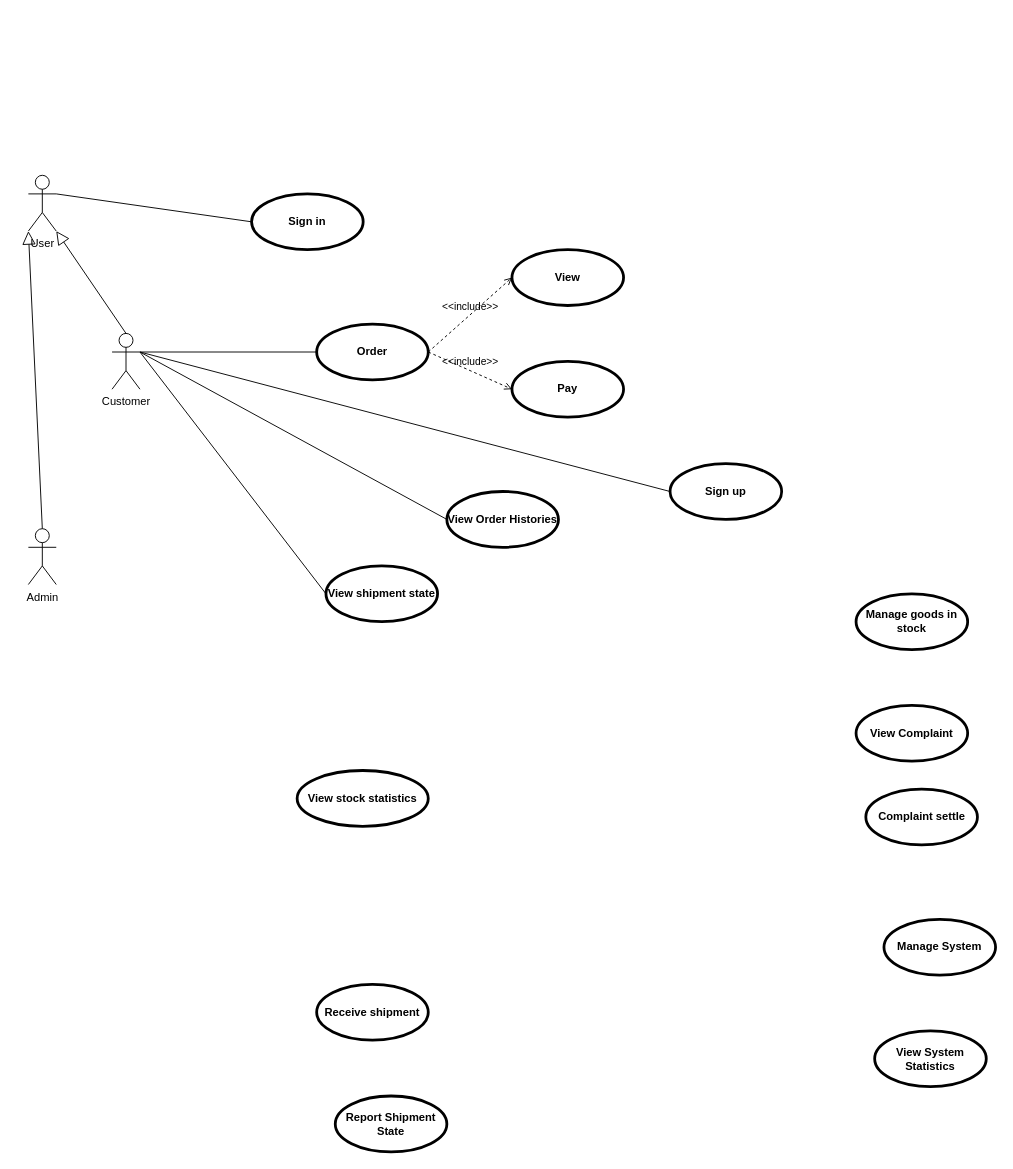
giakhangnguyenlam/WebsiteTangQua keeps this draw.io diagram as System_Design/UseCase/UseCase.drawio. Above is the earlier version. Source tidied: cells renumbered, new cells numbered last; positions are measured from the earlier drawing's top-left corner, leaving out a move shared by most shapes. Both pictures are drawn from the tidied source at 93%, with x=0, y=0 at pixel (28, 175).
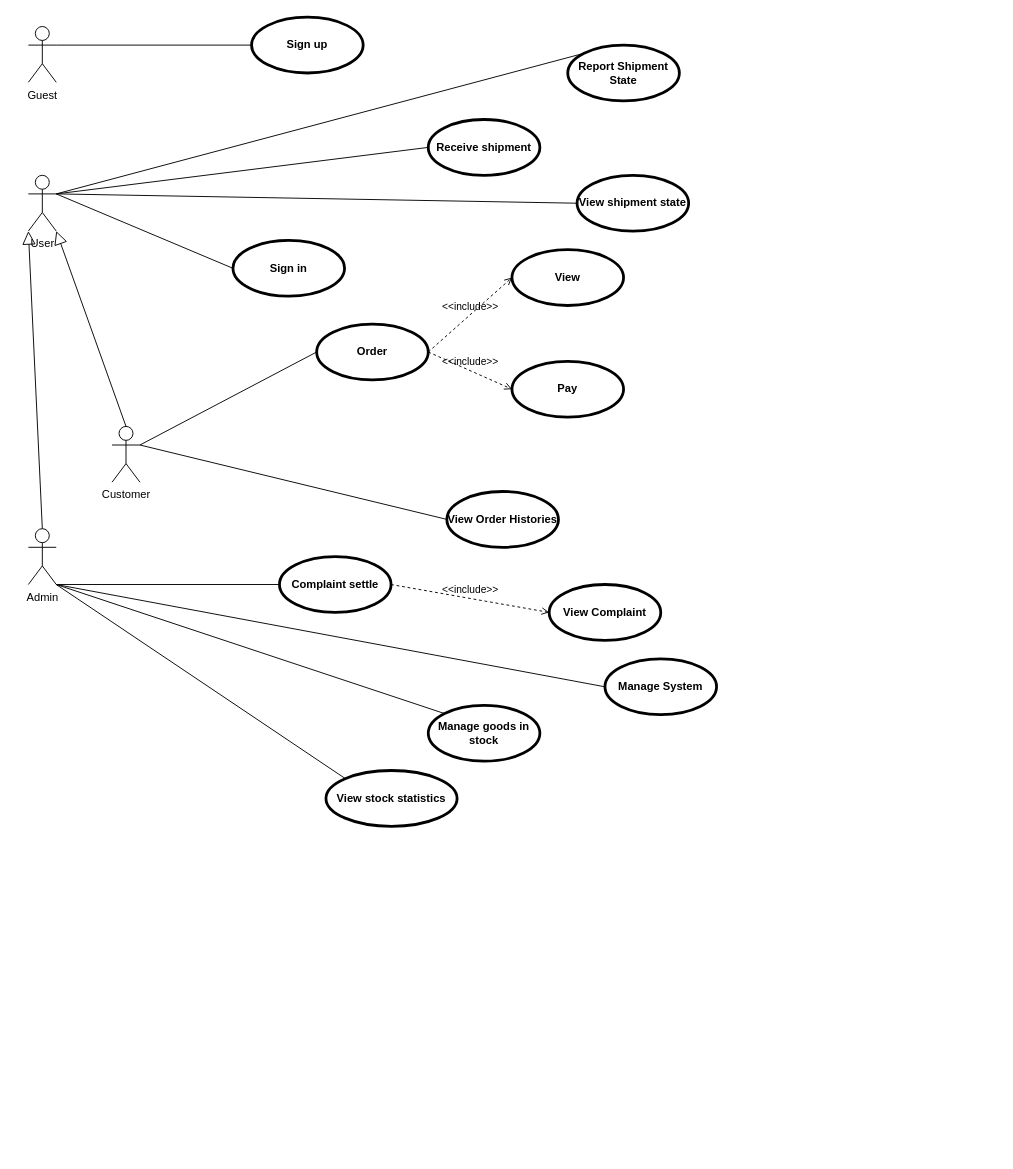
Above is the later version.

Unchanged cells that the change refers to:
```xml
<mxCell id="18" value="Admin" style="shape=umlActor;html=1;verticalLabelPosition=bottom;verticalAlign=top;align=center;" parent="1" vertex="1">
  <mxGeometry y="380" width="30" height="60" as="geometry" />
</mxCell>
<mxCell id="19" value="User" style="shape=umlActor;html=1;verticalLabelPosition=bottom;verticalAlign=top;align=center;" parent="1" vertex="1">
  <mxGeometry width="30" height="60" as="geometry" />
</mxCell>
```

The edit, as a diff of the source:
```diff
@@
     <mxCell id="4" value="Sign up" style="shape=ellipse;html=1;strokeWidth=3;fontStyle=1;whiteSpace=wrap;align=center;perimeter=ellipsePerimeter;" parent="1" vertex="1">
-      <mxGeometry x="690" y="310" width="120" height="60" as="geometry" />
+      <mxGeometry x="240" y="-170" width="120" height="60" as="geometry" />
     </mxCell>
     <mxCell id="5" value="Sign in" style="shape=ellipse;html=1;strokeWidth=3;fontStyle=1;whiteSpace=wrap;align=center;perimeter=ellipsePerimeter;" parent="1" vertex="1">
-      <mxGeometry x="240" y="20" width="120" height="60" as="geometry" />
+      <mxGeometry x="220" y="70" width="120" height="60" as="geometry" />
     </mxCell>
@@
     <mxCell id="7" value="Complaint settle" style="shape=ellipse;html=1;strokeWidth=3;fontStyle=1;whiteSpace=wrap;align=center;perimeter=ellipsePerimeter;" parent="1" vertex="1">
-      <mxGeometry x="900.5" y="660" width="120" height="60" as="geometry" />
+      <mxGeometry x="270" y="410" width="120" height="60" as="geometry" />
     </mxCell>
@@
     <mxCell id="9" value="View shipment state" style="shape=ellipse;html=1;strokeWidth=3;fontStyle=1;whiteSpace=wrap;align=center;perimeter=ellipsePerimeter;" parent="1" vertex="1">
-      <mxGeometry x="320" y="420" width="120" height="60" as="geometry" />
+      <mxGeometry x="590" width="120" height="60" as="geometry" />
     </mxCell>
     <mxCell id="10" value="View stock statistics" style="shape=ellipse;html=1;strokeWidth=3;fontStyle=1;whiteSpace=wrap;align=center;perimeter=ellipsePerimeter;" parent="1" vertex="1">
-      <mxGeometry x="289" y="640" width="141" height="60" as="geometry" />
+      <mxGeometry x="320" y="640" width="141" height="60" as="geometry" />
     </mxCell>
     <mxCell id="11" value="Manage goods in stock" style="shape=ellipse;html=1;strokeWidth=3;fontStyle=1;whiteSpace=wrap;align=center;perimeter=ellipsePerimeter;" parent="1" vertex="1">
-      <mxGeometry x="890" y="450" width="120" height="60" as="geometry" />
+      <mxGeometry x="430" y="570" width="120" height="60" as="geometry" />
     </mxCell>
     <mxCell id="12" value="Manage System" style="shape=ellipse;html=1;strokeWidth=3;fontStyle=1;whiteSpace=wrap;align=center;perimeter=ellipsePerimeter;" parent="1" vertex="1">
-      <mxGeometry x="920" y="800" width="120" height="60" as="geometry" />
+      <mxGeometry x="620" y="520" width="120" height="60" as="geometry" />
     </mxCell>
     <mxCell id="13" value="Receive shipment" style="shape=ellipse;html=1;strokeWidth=3;fontStyle=1;whiteSpace=wrap;align=center;perimeter=ellipsePerimeter;" parent="1" vertex="1">
-      <mxGeometry x="310" y="870" width="120" height="60" as="geometry" />
+      <mxGeometry x="430" y="-60" width="120" height="60" as="geometry" />
     </mxCell>
-    <mxCell id="14" value="View System Statistics" style="shape=ellipse;html=1;strokeWidth=3;fontStyle=1;whiteSpace=wrap;align=center;perimeter=ellipsePerimeter;" parent="1" vertex="1">
-      <mxGeometry x="910" y="920" width="120" height="60" as="geometry" />
-    </mxCell>
     <mxCell id="15" value="View Complaint" style="shape=ellipse;html=1;strokeWidth=3;fontStyle=1;whiteSpace=wrap;align=center;perimeter=ellipsePerimeter;" parent="1" vertex="1">
-      <mxGeometry x="890" y="570" width="120" height="60" as="geometry" />
+      <mxGeometry x="560" y="440" width="120" height="60" as="geometry" />
     </mxCell>
     <mxCell id="16" value="Report Shipment State" style="shape=ellipse;html=1;strokeWidth=3;fontStyle=1;whiteSpace=wrap;align=center;perimeter=ellipsePerimeter;" parent="1" vertex="1">
-      <mxGeometry x="330" y="990" width="120" height="60" as="geometry" />
+      <mxGeometry x="580" y="-140" width="120" height="60" as="geometry" />
     </mxCell>
     <mxCell id="17" value="Customer" style="shape=umlActor;html=1;verticalLabelPosition=bottom;verticalAlign=top;align=center;" parent="1" vertex="1">
-      <mxGeometry x="90" y="170" width="30" height="60" as="geometry" />
+      <mxGeometry x="90" y="270" width="30" height="60" as="geometry" />
     </mxCell>
@@
-    <mxCell id="23" style="edgeStyle=none;html=1;endArrow=none;verticalAlign=bottom;exitX=1;exitY=0.3333333333333333;exitDx=0;exitDy=0;exitPerimeter=0;entryX=0;entryY=0.5;entryDx=0;entryDy=0;" parent="1" edge="1" source="17" target="4">
-      <mxGeometry relative="1" as="geometry" />
-    </mxCell>
@@
-    <mxCell id="27" style="edgeStyle=none;html=1;endArrow=none;verticalAlign=bottom;exitX=1;exitY=0.3333333333333333;exitDx=0;exitDy=0;exitPerimeter=0;entryX=0;entryY=0.5;entryDx=0;entryDy=0;" parent="1" edge="1" source="17" target="9">
+    <mxCell id="27" style="edgeStyle=none;html=1;endArrow=none;verticalAlign=bottom;exitX=1;exitY=0.3333333333333333;exitDx=0;exitDy=0;exitPerimeter=0;entryX=0;entryY=0.5;entryDx=0;entryDy=0;" parent="1" edge="1" source="19" target="9">
       <mxGeometry relative="1" as="geometry" />
     </mxCell>
@@
+    <mxCell id="29" style="edgeStyle=none;html=1;endArrow=none;verticalAlign=bottom;exitX=1;exitY=1;exitDx=0;exitDy=0;exitPerimeter=0;entryX=0;entryY=0;entryDx=0;entryDy=0;" parent="1" edge="1" source="18" target="10">
+      <mxGeometry relative="1" as="geometry" />
+    </mxCell>
+    <mxCell id="30" style="edgeStyle=none;html=1;endArrow=none;verticalAlign=bottom;exitX=1;exitY=1;exitDx=0;exitDy=0;exitPerimeter=0;entryX=0;entryY=0;entryDx=0;entryDy=0;" parent="1" edge="1" source="18" target="11">
+      <mxGeometry relative="1" as="geometry" />
+    </mxCell>
+    <mxCell id="31" style="edgeStyle=none;html=1;endArrow=none;verticalAlign=bottom;exitX=1;exitY=0.3333333333333333;exitDx=0;exitDy=0;exitPerimeter=0;entryX=0;entryY=0;entryDx=0;entryDy=0;" parent="1" edge="1" source="19" target="16">
+      <mxGeometry relative="1" as="geometry" />
+    </mxCell>
+    <mxCell id="32" style="edgeStyle=none;html=1;endArrow=none;verticalAlign=bottom;exitX=1;exitY=0.3333333333333333;exitDx=0;exitDy=0;exitPerimeter=0;entryX=0;entryY=0.5;entryDx=0;entryDy=0;" parent="1" edge="1" source="19" target="13">
+      <mxGeometry relative="1" as="geometry" />
+    </mxCell>
+    <mxCell id="33" style="edgeStyle=none;html=1;endArrow=none;verticalAlign=bottom;exitX=1;exitY=1;exitDx=0;exitDy=0;exitPerimeter=0;entryX=0;entryY=0.5;entryDx=0;entryDy=0;" parent="1" edge="1" source="18" target="7">
+      <mxGeometry relative="1" as="geometry" />
+    </mxCell>
+    <mxCell id="34" value="&amp;lt;&amp;lt;include&amp;gt;&amp;gt;" style="edgeStyle=none;html=1;endArrow=open;verticalAlign=bottom;dashed=1;labelBackgroundColor=none;exitX=1;exitY=0.5;exitDx=0;exitDy=0;entryX=0;entryY=0.5;entryDx=0;entryDy=0;" parent="1" edge="1" source="7" target="15">
+      <mxGeometry relative="1" as="geometry" />
+    </mxCell>
+    <mxCell id="35" style="edgeStyle=none;html=1;endArrow=none;verticalAlign=bottom;exitX=1;exitY=1;exitDx=0;exitDy=0;exitPerimeter=0;entryX=0;entryY=0.5;entryDx=0;entryDy=0;" parent="1" edge="1" source="18" target="12">
+      <mxGeometry relative="1" as="geometry" />
+    </mxCell>
+    <mxCell id="36" value="Guest" style="shape=umlActor;html=1;verticalLabelPosition=bottom;verticalAlign=top;align=center;" parent="1" vertex="1">
+      <mxGeometry y="-160" width="30" height="60" as="geometry" />
+    </mxCell>
+    <mxCell id="37" style="edgeStyle=none;html=1;endArrow=none;verticalAlign=bottom;exitX=1;exitY=0.3333333333333333;exitDx=0;exitDy=0;exitPerimeter=0;entryX=0;entryY=0.5;entryDx=0;entryDy=0;" parent="1" edge="1" source="36" target="4">
+      <mxGeometry relative="1" as="geometry" />
+    </mxCell>
```
